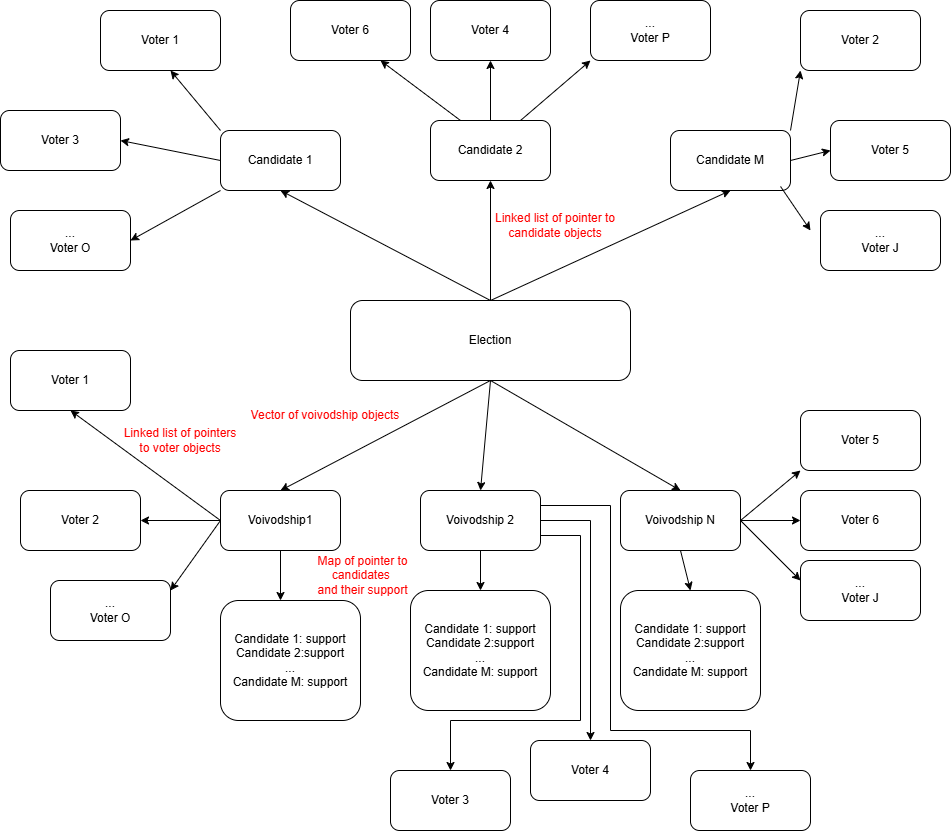
Before: memMap.png, a diagram exported from draw.io (Damian0563/Presidential-election). Source tidied: cells renumbered, new cells last; positions are measured from the earlier drawing's top-left corner, leaving out a move shared by most shapes.
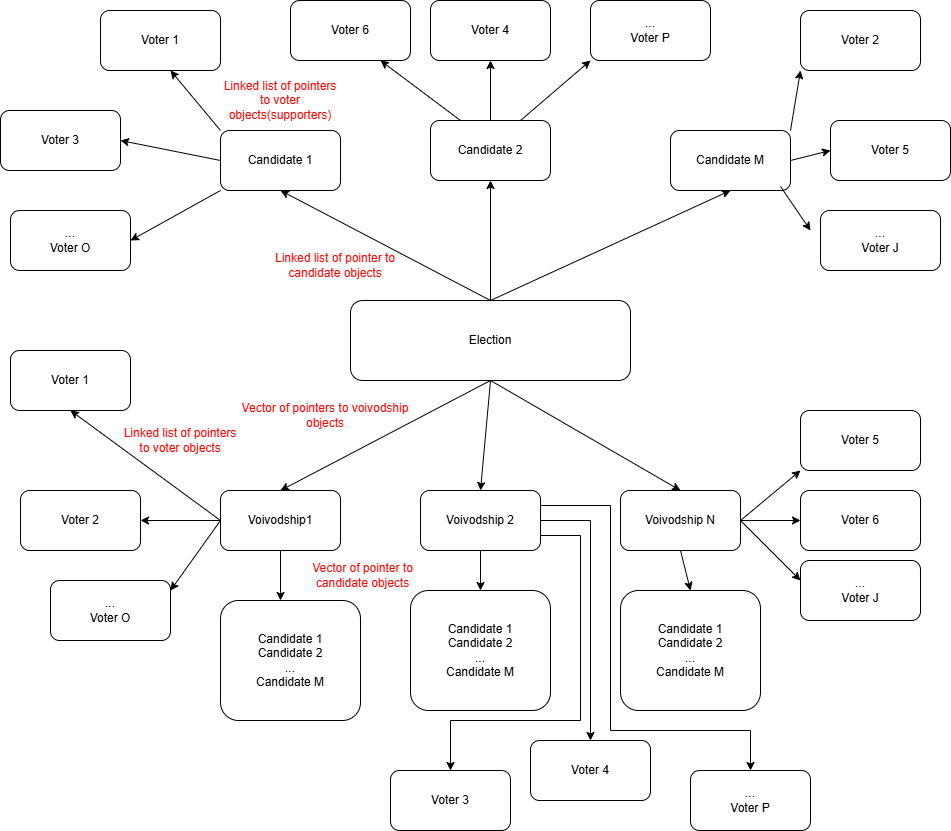
The same diagram one commit later.

Diff of the diagram source:
```diff
@@ -23,7 +23,7 @@
     <mxCell id="8" style="endArrow=classic;html=1;rounded=0;exitX=0.5;exitY=1;exitDx=0;exitDy=0;entryX=0.5;entryY=0;entryDx=0;entryDy=0;" parent="1" edge="1" source="2" target="7">
       <mxGeometry relative="1" as="geometry" />
     </mxCell>
-    <mxCell id="9" value="Vector of voivodship objects" style="text;html=1;align=center;verticalAlign=middle;whiteSpace=wrap;rounded=0;fontColor=#FF0000;" parent="1" vertex="1">
+    <mxCell id="9" value="Vector of pointers to voivodship objects" style="text;html=1;align=center;verticalAlign=middle;whiteSpace=wrap;rounded=0;fontColor=#FF0000;" parent="1" vertex="1">
       <mxGeometry x="230" y="380" width="190" height="70" as="geometry" />
     </mxCell>
     <mxCell id="10" value="Candidate 1" style="rounded=1;whiteSpace=wrap;html=1;" parent="1" vertex="1">
@@ -45,7 +45,7 @@
       <mxGeometry relative="1" as="geometry" />
     </mxCell>
     <mxCell id="16" value="&lt;font style=&quot;color: rgb(255, 0, 0);&quot;&gt;Linked list of pointer to candidate objects&lt;/font&gt;" style="text;html=1;align=center;verticalAlign=middle;whiteSpace=wrap;rounded=0;" parent="1" vertex="1">
-      <mxGeometry x="480" y="200" width="150" height="50" as="geometry" />
+      <mxGeometry x="260" y="240" width="150" height="50" as="geometry" />
     </mxCell>
     <mxCell id="17" style="endArrow=classic;html=1;rounded=0;exitX=0.5;exitY=1;exitDx=0;exitDy=0;" parent="1" edge="1" source="4">
       <mxGeometry relative="1" as="geometry">
@@ -62,16 +62,16 @@
         <mxPoint x="690" y="590" as="targetPoint" />
       </mxGeometry>
     </mxCell>
-    <mxCell id="20" value="Candidate 1: suppor&lt;span style=&quot;background-color: transparent; color: light-dark(rgb(0, 0, 0), rgb(255, 255, 255));&quot;&gt;t&lt;/span&gt;&lt;div&gt;&lt;span style=&quot;background-color: transparent; color: light-dark(rgb(0, 0, 0), rgb(255, 255, 255));&quot;&gt;Candidate 2:support&lt;/span&gt;&lt;/div&gt;&lt;div&gt;...&lt;/div&gt;&lt;div&gt;Candidate M: support&lt;/div&gt;" style="rounded=1;whiteSpace=wrap;html=1;" parent="1" vertex="1">
+    <mxCell id="20" value="Candidate 1&lt;div&gt;&lt;span style=&quot;background-color: transparent; color: light-dark(rgb(0, 0, 0), rgb(255, 255, 255));&quot;&gt;Candidate 2&lt;/span&gt;&lt;/div&gt;&lt;div&gt;...&lt;/div&gt;&lt;div&gt;Candidate M&lt;/div&gt;" style="rounded=1;whiteSpace=wrap;html=1;" parent="1" vertex="1">
       <mxGeometry x="220" y="600" width="140" height="120" as="geometry" />
     </mxCell>
-    <mxCell id="21" value="Candidate 1: suppor&lt;span style=&quot;background-color: transparent; color: light-dark(rgb(0, 0, 0), rgb(255, 255, 255));&quot;&gt;t&lt;/span&gt;&lt;div&gt;&lt;span style=&quot;background-color: transparent; color: light-dark(rgb(0, 0, 0), rgb(255, 255, 255));&quot;&gt;Candidate 2:support&lt;/span&gt;&lt;/div&gt;&lt;div&gt;...&lt;/div&gt;&lt;div&gt;Candidate M: support&lt;/div&gt;" style="rounded=1;whiteSpace=wrap;html=1;" parent="1" vertex="1">
+    <mxCell id="21" value="Candidate 1&lt;div&gt;&lt;span style=&quot;background-color: transparent; color: light-dark(rgb(0, 0, 0), rgb(255, 255, 255));&quot;&gt;Candidate 2&lt;/span&gt;&lt;/div&gt;&lt;div&gt;...&lt;/div&gt;&lt;div&gt;Candidate M&lt;/div&gt;" style="rounded=1;whiteSpace=wrap;html=1;" parent="1" vertex="1">
       <mxGeometry x="410" y="590" width="140" height="120" as="geometry" />
     </mxCell>
-    <mxCell id="22" value="Candidate 1: suppor&lt;span style=&quot;background-color: transparent; color: light-dark(rgb(0, 0, 0), rgb(255, 255, 255));&quot;&gt;t&lt;/span&gt;&lt;div&gt;&lt;span style=&quot;background-color: transparent; color: light-dark(rgb(0, 0, 0), rgb(255, 255, 255));&quot;&gt;Candidate 2:support&lt;/span&gt;&lt;/div&gt;&lt;div&gt;...&lt;/div&gt;&lt;div&gt;Candidate M: support&lt;/div&gt;" style="rounded=1;whiteSpace=wrap;html=1;" parent="1" vertex="1">
+    <mxCell id="22" value="Candidate 1&lt;div&gt;&lt;span style=&quot;background-color: transparent; color: light-dark(rgb(0, 0, 0), rgb(255, 255, 255));&quot;&gt;Candidate 2&lt;/span&gt;&lt;/div&gt;&lt;div&gt;...&lt;/div&gt;&lt;div&gt;Candidate M&lt;/div&gt;" style="rounded=1;whiteSpace=wrap;html=1;" parent="1" vertex="1">
       <mxGeometry x="620" y="590" width="140" height="120" as="geometry" />
     </mxCell>
-    <mxCell id="23" value="&lt;font style=&quot;color: rgb(255, 0, 0);&quot;&gt;Map of pointer to candidates&amp;nbsp;&lt;/font&gt;&lt;div&gt;&lt;font style=&quot;color: rgb(255, 0, 0);&quot;&gt;and their support&lt;/font&gt;&lt;/div&gt;" style="text;html=1;align=center;verticalAlign=middle;whiteSpace=wrap;rounded=0;" parent="1" vertex="1">
+    <mxCell id="23" value="&lt;font color=&quot;#ff0000&quot;&gt;Vector of pointer to candidate objects&lt;/font&gt;" style="text;html=1;align=center;verticalAlign=middle;whiteSpace=wrap;rounded=0;" parent="1" vertex="1">
       <mxGeometry x="305" y="540" width="115" height="70" as="geometry" />
     </mxCell>
     <mxCell id="24" style="endArrow=classic;html=1;rounded=0;exitX=0;exitY=0.5;exitDx=0;exitDy=0;entryX=0.5;entryY=1;entryDx=0;entryDy=0;" parent="1" edge="1" source="4" target="25">
@@ -230,5 +230,8 @@
     <mxCell id="60" value="...&lt;div&gt;Voter J&lt;/div&gt;" style="rounded=1;whiteSpace=wrap;html=1;" parent="1" vertex="1">
       <mxGeometry x="820" y="210" width="120" height="60" as="geometry" />
     </mxCell>
+    <mxCell id="61" value="&lt;font style=&quot;color: light-dark(rgb(255, 0, 0), transparent);&quot;&gt;Linked list of pointers to voter objects(supporters)&lt;/font&gt;" style="text;html=1;align=center;verticalAlign=middle;whiteSpace=wrap;rounded=0;" parent="1" vertex="1">
+      <mxGeometry x="220" y="70" width="120" height="60" as="geometry" />
+    </mxCell>
   </root>
 </mxGraphModel>
```
